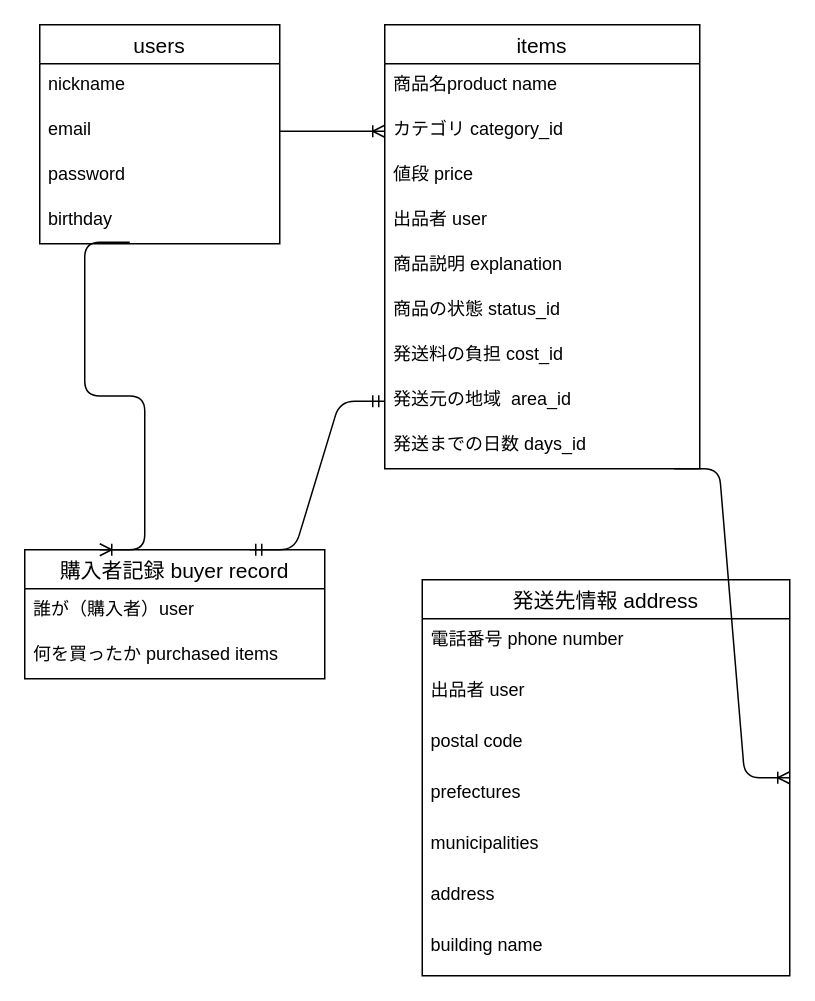
This is test.dio from torennchi/furima35362, a draw.io file, before an edit. Source tidied: cells renumbered, new cells numbered last; positions are measured from the earlier drawing's top-left corner, leaving out a move shared by most shapes. Both pictures are drawn from the tidied source at 150%, with x=0, y=0 at pixel (24, 24).
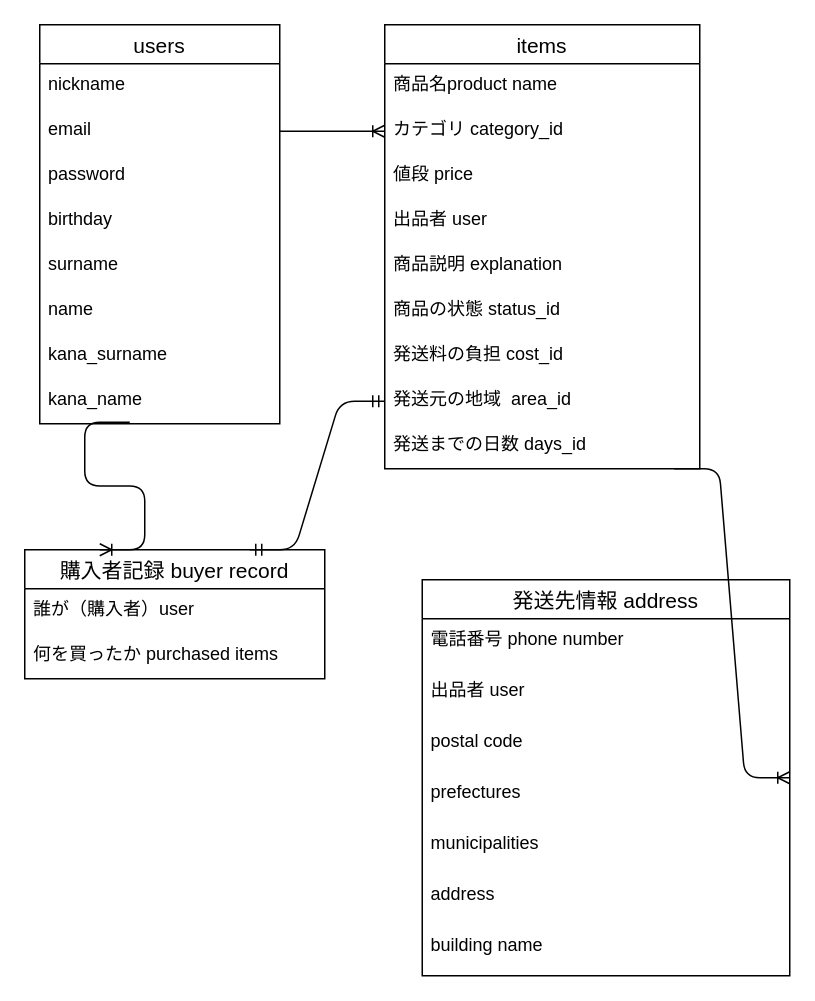
The same page after the edit.

Commit message:
コンフリクト解消

What changed in the source:
```diff
@@
     <mxCell id="12" value="users" style="swimlane;fontStyle=0;horizontal=1;startSize=26;align=center;fontSize=14;" parent="1" vertex="1">
-      <mxGeometry x="10" width="160" height="146" as="geometry" />
+      <mxGeometry x="10" width="160" height="266" as="geometry" />
     </mxCell>
@@
+    <mxCell id="32" value="birthday" style="text;strokeColor=none;fillColor=none;spacingLeft=4;spacingRight=4;overflow=hidden;fontSize=12;" parent="12" vertex="1">
+      <mxGeometry y="116" width="160" height="30" as="geometry" />
+    </mxCell>
+    <mxCell id="33" value="surname" style="text;strokeColor=none;fillColor=none;spacingLeft=4;spacingRight=4;overflow=hidden;fontSize=12;" parent="12" vertex="1">
+      <mxGeometry y="146" width="160" height="30" as="geometry" />
+    </mxCell>
+    <mxCell id="34" value="name " style="text;strokeColor=none;fillColor=none;spacingLeft=4;spacingRight=4;overflow=hidden;fontSize=12;" parent="12" vertex="1">
+      <mxGeometry y="176" width="160" height="30" as="geometry" />
+    </mxCell>
+    <mxCell id="35" value="kana_surname " style="text;strokeColor=none;fillColor=none;spacingLeft=4;spacingRight=4;overflow=hidden;fontSize=12;" parent="12" vertex="1">
+      <mxGeometry y="206" width="160" height="30" as="geometry" />
+    </mxCell>
-    <mxCell id="16" value="birthday" style="text;strokeColor=none;fillColor=none;spacingLeft=4;spacingRight=4;overflow=hidden;points=[[0,0.5],[1,0.5]];portConstraint=eastwest;fontSize=12;" parent="12" vertex="1">
-      <mxGeometry y="116" width="160" height="30" as="geometry" />
+    <mxCell id="16" value="kana_name " style="text;strokeColor=none;fillColor=none;spacingLeft=4;spacingRight=4;overflow=hidden;points=[[0,0.5],[1,0.5]];portConstraint=eastwest;fontSize=12;" parent="12" vertex="1">
+      <mxGeometry y="236" width="160" height="30" as="geometry" />
     </mxCell>
```
